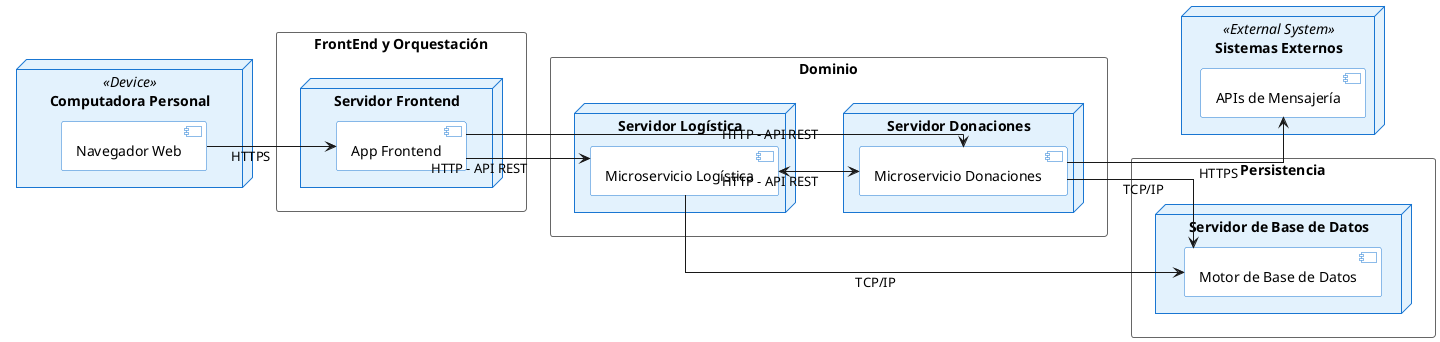
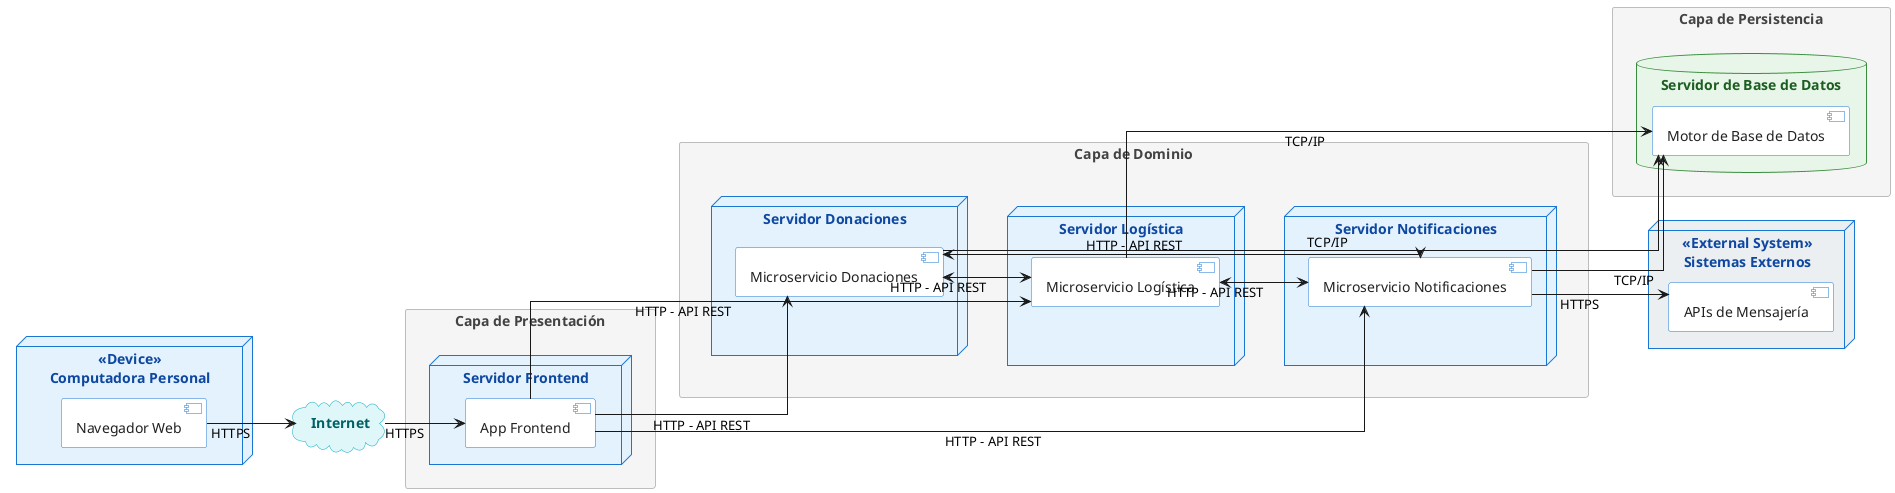
@startuml DiagramaDespliegueDonaTrack
- ' Forzar orientación y líneas ortogonales limpias
+ 
+ ' Forzar orientación horizontal y líneas limpias
left to right direction
skinparam linetype ortho
skinparam nodesep 50
- skinparam ranksep 80
+ skinparam ranksep 60

- ' Colores base
+ ' Estilos y Colores Globales
skinparam node {
-   BackgroundColor #E3F2FD
-   BorderColor #1976D2
+     BackgroundColor #E3F2FD
+     BorderColor #1976D2
+     FontColor #0D47A1
+     FontStyle bold
}
skinparam component {
-   BackgroundColor #FFFFFF
-   BorderColor #1976D2
+     BackgroundColor #FFFFFF
+     BorderColor #1976D2
+     FontColor #212121
}
skinparam rectangle {
-   BorderColor #666666
+     BackgroundColor #F5F5F5
+     BorderColor #BDBDBD
+     FontColor #424242
+     FontStyle bold
+ }
+ skinparam database {
+     BackgroundColor #E8F5E9
+     BorderColor #388E3C
+     FontColor #1B5E20
+     FontStyle bold
+ }
+ skinparam cloud {
+     BackgroundColor #E0F7FA
+     BorderColor #00ACC1
+     FontColor #006064
+     FontStyle bold
}

' --- 1. CAPA CLIENTE ---
node "Computadora Personal" <<Device>> {
    component "Navegador Web" as Nav
}

+ ' --- RED INTERMEDIA ---
+ cloud "Internet" as Net
+ 
' --- 2. CAPA FRONTEND ---
- rectangle "FrontEnd y Orquestación" {
+ rectangle "Capa de Presentación" {
    node "Servidor Frontend" {
        component "App Frontend" as Front
    }
}

- ' --- 3. CAPA DOMINIO ---
- rectangle "Dominio" {
-     node "Servidor Donaciones" {
+ ' --- 3. CAPA DOMINIO (MICROSERVICIOS) ---
+ rectangle "Capa de Dominio" {
+     node "Servidor Donaciones" as NodeS1 {
        component "Microservicio Donaciones" as S1
    }
-     node "Servidor Logística" {
+     node "Servidor Logística" as NodeS2 {
        component "Microservicio Logística" as S2
+     }
+     node "Servidor Notificaciones" as NodeS3 {
+         component "Microservicio Notificaciones" as S3
    }
}

' --- 4. CAPA PERSISTENCIA Y EXTERNOS ---
- rectangle "Persistencia" {
-     node "Servidor de Base de Datos" {
+ rectangle "Capa de Persistencia" {
+     database "Servidor de Base de Datos" {
        component "Motor de Base de Datos" as DB
    }
}

- node "Sistemas Externos" <<External System>> {
+ node "Sistemas Externos" <<External System>> #ECEFF1 {
    component "APIs de Mensajería" as Ext
}

- ' Flujo Cliente -> Frontend
- Nav --> Front : HTTPS
+ ' --- ALINEACIÓN VERTICAL INTERNA PARA LA CAPA DE DOMINIO ---
+ NodeS1 -[hidden]down-> NodeS2
+ NodeS2 -[hidden]down-> NodeS3

- ' Flujo Frontend -> Servicios
+ ' --- FLUJOS Y CONEXIONES (Izquierda a Derecha) ---
+ 
+ ' Cliente -> Internet -> Frontend
+ Nav --> Net : HTTPS
+ Net --> Front : HTTPS
+ 
+ ' Frontend -> Microservicios
Front --> S1 : HTTP - API REST
Front --> S2 : HTTP - API REST
+ Front --> S3 : HTTP - API REST

- ' Flujo Servicios -> Persistencia
+ ' Conexiones cruzadas entre Microservicios
+ S1 <--> S2 : HTTP - API REST
+ S2 <--> S3 : HTTP - API REST
+ S1 <--> S3 : HTTP - API REST
+ 
+ ' Microservicios -> Base de Datos
S1 --> DB : TCP/IP
S2 --> DB : TCP/IP
+ S3 --> DB : TCP/IP

- ' Salida a Notificaciones Externas
- S1 --> Ext : HTTPS
- 
- ' Conexion entre Servicios
- S2 <--> S1 : HTTP - API REST
+ ' Salida a Sistemas Externos
+ S3 --> Ext : HTTPS

@enduml